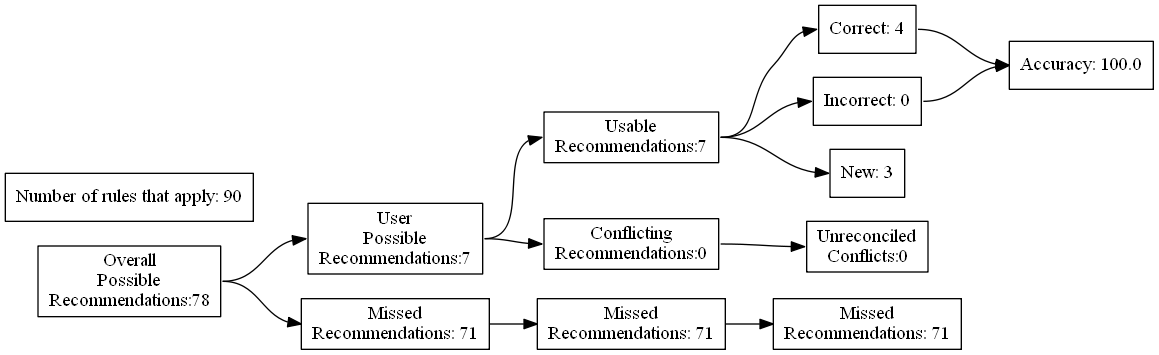
The Graphviz diagram test_renders/98.gv.png in ZaxR/ibd_diet_analysis, before a commit. Its source is kept beside it as test_renders/98.gv.
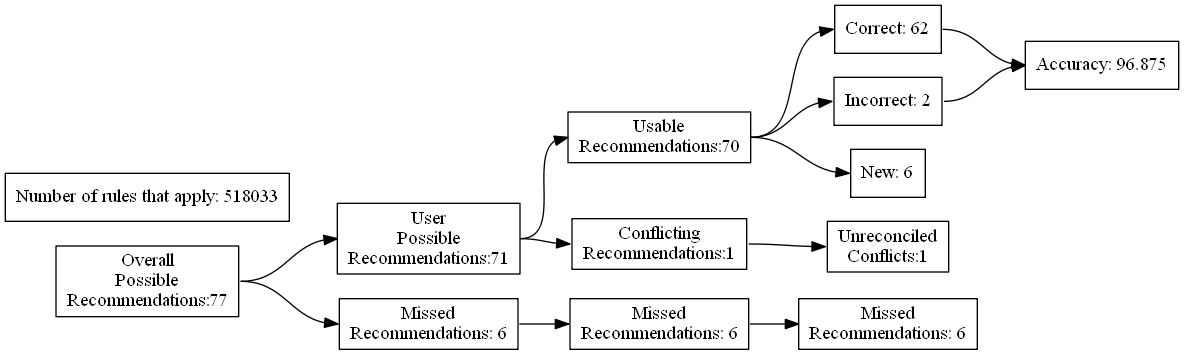
The same file after the commit.

Diff of the diagram source:
```diff
@@ -4,27 +4,27 @@
 	edge [headport=w tailport=e]
 		A [label="Overall
 Possible
-Recommendations:78"]
+Recommendations:77"]
 		B [label="User
 Possible
-Recommendations:7"]
+Recommendations:71"]
 		C [label="Missed
-Recommendations: 71"]
+Recommendations: 6"]
 		D [label="Usable
-Recommendations:7"]
+Recommendations:70"]
 		E [label="Conflicting
-Recommendations:0"]
+Recommendations:1"]
 		J [label="Missed
-Recommendations: 71"]
+Recommendations: 6"]
 		M [label="Unreconciled
-Conflicts:0"]
-		F [label="Correct: 4"]
-		G [label="Incorrect: 0"]
-		H [label="New: 3"]
+Conflicts:1"]
+		F [label="Correct: 62"]
+		G [label="Incorrect: 2"]
+		H [label="New: 6"]
 		K [label="Missed
-Recommendations: 71"]
-		I [label="Accuracy: 100.0"]
-		l [label="Number of rules that apply: 90"]
+Recommendations: 6"]
+		I [label="Accuracy: 96.875"]
+		l [label="Number of rules that apply: 518033"]
 			A -> B
 			A -> C
 			B -> D
```
